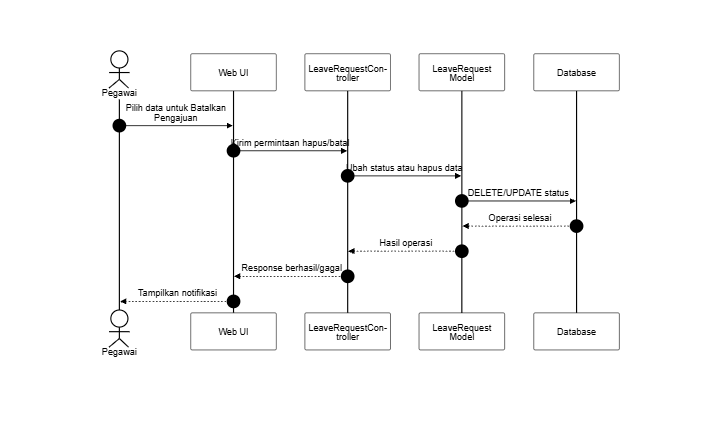
Before: docs/SequenceDiagram/PNG_Transparent/PengajuanPermintaanCuti-BatalkanPengajuan.png, a diagram exported from Mermaid (SulaimanHafi23/SimpegRSHDI). Its source is kept beside it as docs/SequenceDiagram/PengajuanPermintaanCuti-BatalkanPengajuan.mermaid. Source of this version:
```mermaid
%%{init: {"theme": "base", "themeVariables": {"background": "#dddddd", "primaryColor": "#ffffff", "primaryBorderColor": "#000000", "primaryTextColor": "#000000", "lineColor": "#000000", "textColor": "#000000", "actorBkg": "#ffffff", "actorBorder": "#000000", "actorTextColor": "#000000", "activationBkgColor": "#ffffff", "activationBorderColor": "#000000", "signalColor": "#000000", "signalTextColor": "#000000", "labelBoxBkgColor": "#ffffff", "labelBoxBorderColor": "#000000", "labelTextColor": "#000000", "sequenceNumberColor": "#000000", "noteBkgColor": "#ffffff", "noteBorderColor": "#000000", "noteTextColor": "#000000"}, "sequence": {"useMaxWidth": true, "wrap": true, "messageFontSize": 12, "noteFontSize": 12}}}%%
sequenceDiagram
    autonumber
    actor A as Pegawai
    participant UI as Web UI
    participant C as LeaveRequestController
    participant M as LeaveRequest Model
    participant DB as Database

    A->>UI: Pilih data untuk Batalkan Pengajuan
    UI->>C: Kirim permintaan hapus/batal
    C->>M: Ubah status atau hapus data
    M->>DB: DELETE/UPDATE status
    DB-->>M: Operasi selesai
    M-->>C: Hasil operasi
    C-->>UI: Response berhasil/gagal
    UI-->>A: Tampilkan notifikasi
```
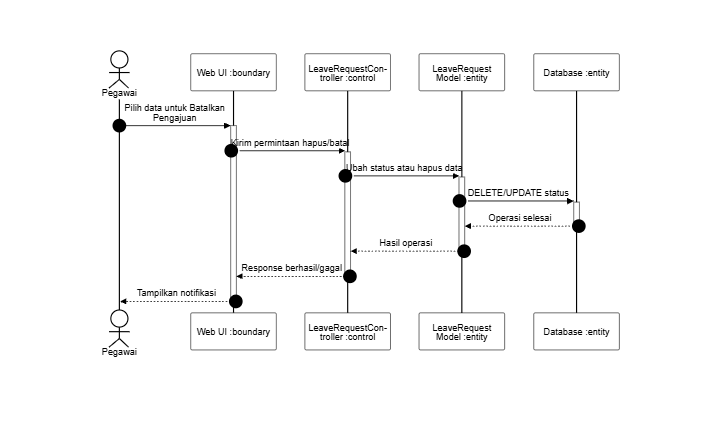
Above is the later version.

Change to the diagram source:
```diff
@@ -2,16 +2,16 @@
 sequenceDiagram
     autonumber
     actor A as Pegawai
-    participant UI as Web UI
-    participant C as LeaveRequestController
-    participant M as LeaveRequest Model
-    participant DB as Database
+    participant UI as Web UI :boundary
+    participant C as LeaveRequestController :control
+    participant M as LeaveRequest Model :entity
+    participant DB as Database :entity
 
-    A->>UI: Pilih data untuk Batalkan Pengajuan
-    UI->>C: Kirim permintaan hapus/batal
-    C->>M: Ubah status atau hapus data
-    M->>DB: DELETE/UPDATE status
-    DB-->>M: Operasi selesai
-    M-->>C: Hasil operasi
-    C-->>UI: Response berhasil/gagal
-    UI-->>A: Tampilkan notifikasi
+    A->>+UI: Pilih data untuk Batalkan Pengajuan
+    UI->>+C: Kirim permintaan hapus/batal
+    C->>+M: Ubah status atau hapus data
+    M->>+DB: DELETE/UPDATE status
+    DB-->>-M: Operasi selesai
+    M-->>-C: Hasil operasi
+    C-->>-UI: Response berhasil/gagal
+    UI-->>-A: Tampilkan notifikasi
```
